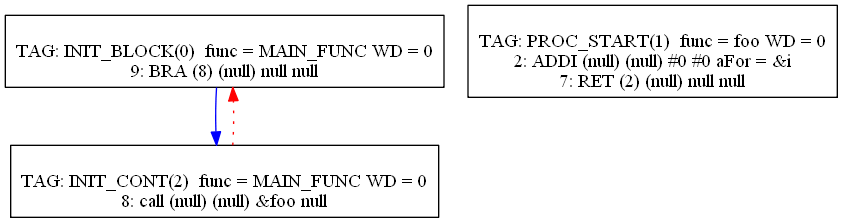
Before: Compiler/6graph.png, a diagram exported from Graphviz (mbajaj92/Project-Astoria). Its source is kept beside it as Compiler/6graph.dot.
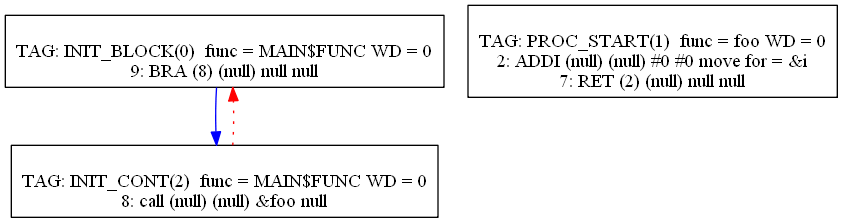
Later version of the same file.

The edit, as a diff of the source:
```diff
@@ -1,18 +1,18 @@
 digraph {
 0[label="
-TAG: INIT_BLOCK(0)  func = MAIN_FUNC WD = 0
+TAG: INIT_BLOCK(0)  func = MAIN$FUNC WD = 0
 9: BRA (8) (null) null null
 "];
 0[shape=box];
 0 -> 2[color=blue]
 1[label="
 TAG: PROC_START(1)  func = foo WD = 0
-2: ADDI (null) (null) #0 #0 aFor = &i
+2: ADDI (null) (null) #0 #0 move for = &i
 7: RET (2) (null) null null
 "];
 1[shape=box];
 2[label="
-TAG: INIT_CONT(2)  func = MAIN_FUNC WD = 0
+TAG: INIT_CONT(2)  func = MAIN$FUNC WD = 0
 8: call (null) (null) &foo null
 "];
 2[shape=box];
```
